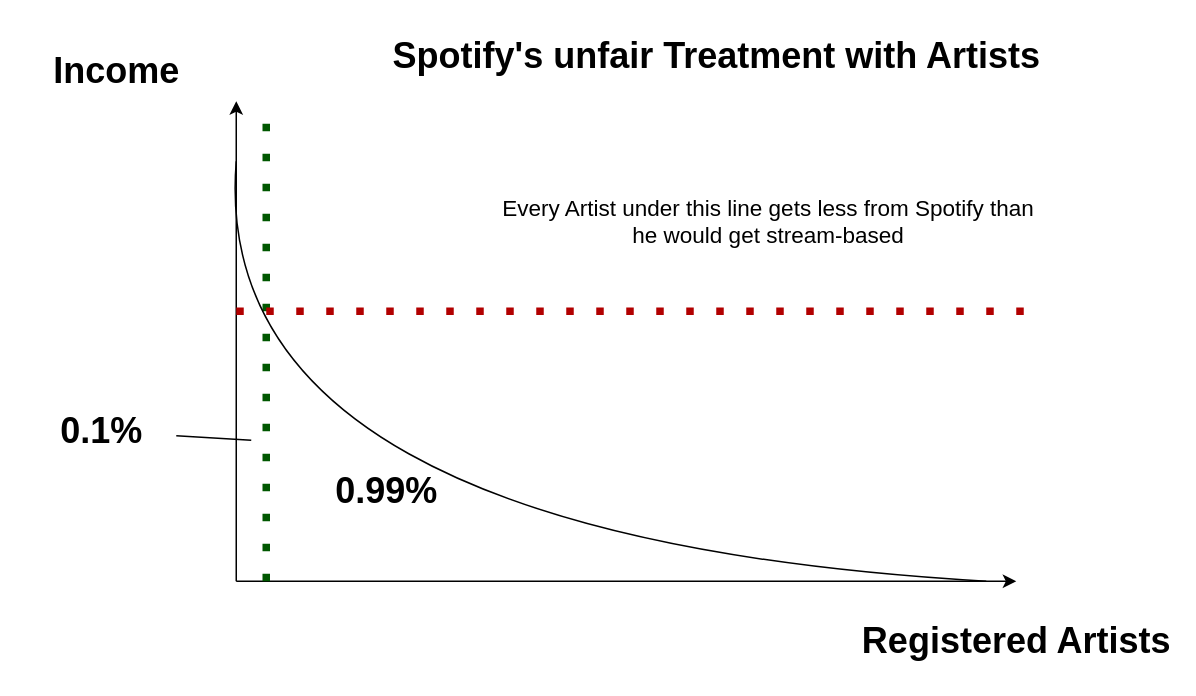
Earlier version of the draw.io diagram page "Spotify's unfair Treatment with Artists" (25 of 25) of beatblender_diagrams.drawio (maximilian-mintchev/Diagrams). Source tidied: cells renumbered, new cells numbered last; positions are measured from the earlier drawing's top-left corner, leaving out a move shared by most shapes. Both pictures are drawn from the tidied source at 150%, with x=0, y=0 at pixel (26, 26).
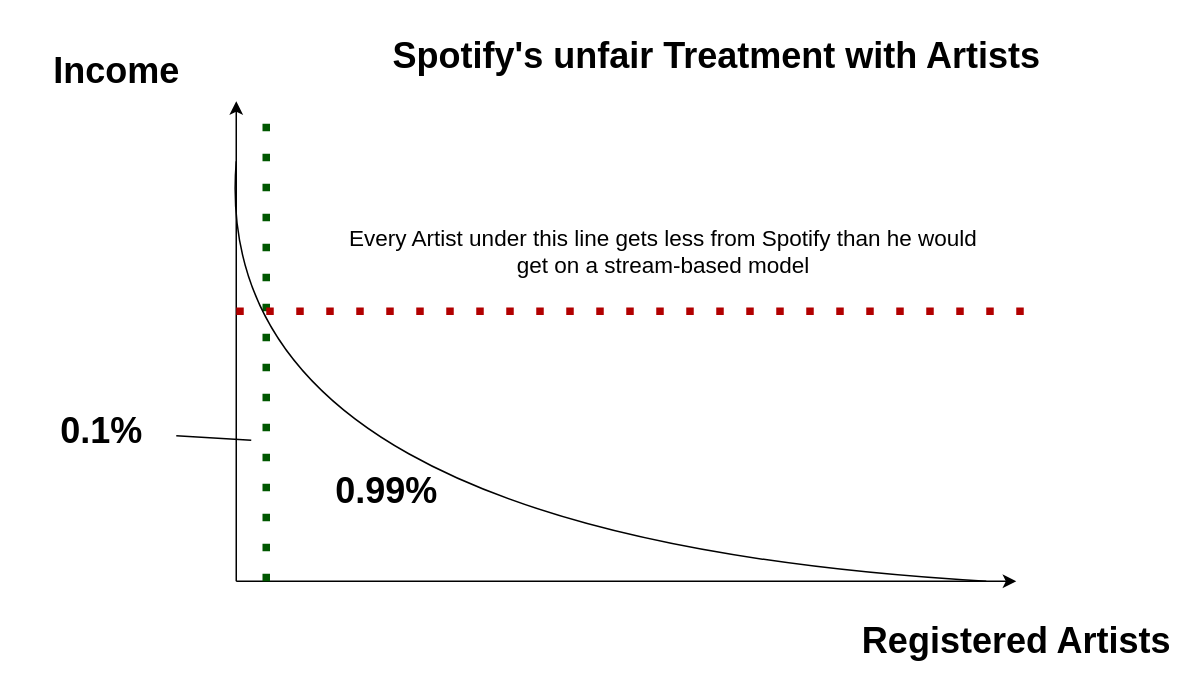
Above is the later version.

Change to the diagram source:
```diff
@@
-    <mxCell id="12" value="&lt;span style=&quot;background-color: rgb(255 , 255 , 255)&quot;&gt;Every Artist under this line gets less from Spotify than he would get stream-based&lt;/span&gt;" style="text;html=1;strokeColor=none;fillColor=none;align=center;verticalAlign=middle;whiteSpace=wrap;rounded=0;fontSize=15;" parent="1" vertex="1">
-      <mxGeometry x="310" y="120" width="370" height="20" as="geometry" />
+    <mxCell id="12" value="&lt;span style=&quot;background-color: rgb(255 , 255 , 255)&quot;&gt;Every Artist under this line gets less from Spotify than he would get on a stream-based model&lt;/span&gt;" style="text;html=1;strokeColor=none;fillColor=none;align=center;verticalAlign=middle;whiteSpace=wrap;rounded=0;fontSize=15;" parent="1" vertex="1">
+      <mxGeometry x="210" y="120" width="430" height="60" as="geometry" />
     </mxCell>
```
